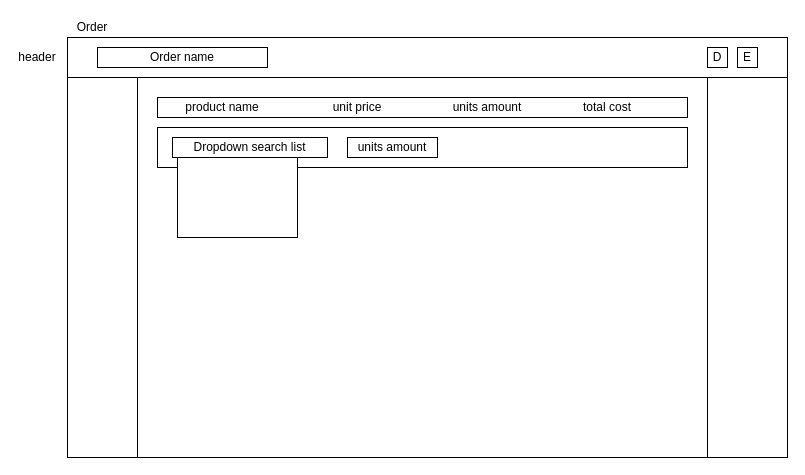
Above: CalculatorLayout.drawio in PavelMikh/GoodsCostCalculator (draw.io), before the change. Source tidied: cells renumbered, new cells numbered last; positions are measured from the earlier drawing's top-left corner, leaving out a move shared by most shapes. Both pictures are drawn from the tidied source at 100%, with x=0, y=0 at pixel (17, 17).
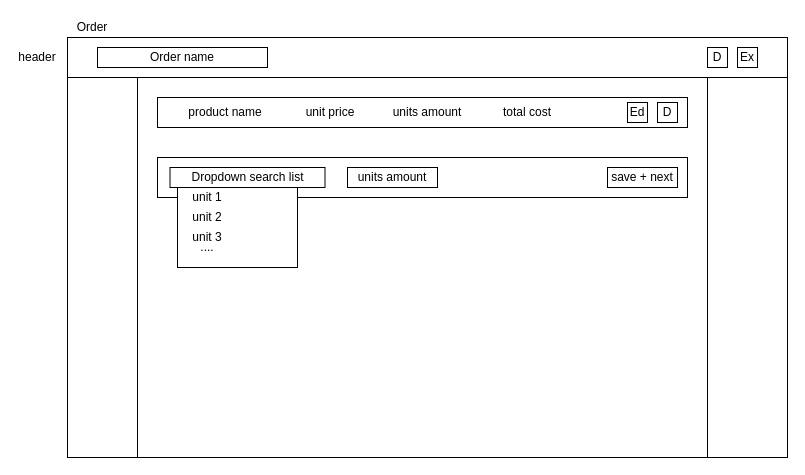
The same diagram, later.

What changed in the source:
```diff
@@
-    <mxCell id="7" value="E" style="rounded=0;whiteSpace=wrap;html=1;" parent="1" vertex="1">
+    <mxCell id="7" value="Ex" style="rounded=0;whiteSpace=wrap;html=1;" parent="1" vertex="1">
       <mxGeometry x="720" y="30" width="20" height="20" as="geometry" />
     </mxCell>
@@
     <mxCell id="10" style="rounded=0;whiteSpace=wrap;html=1;" parent="1" vertex="1">
-      <mxGeometry x="140" y="80" width="530" height="20" as="geometry" />
+      <mxGeometry x="140" y="80" width="530" height="30" as="geometry" />
     </mxCell>
     <mxCell id="11" value="product name" style="text;html=1;strokeColor=none;fillColor=none;align=center;verticalAlign=middle;whiteSpace=wrap;rounded=0;" parent="1" vertex="1">
-      <mxGeometry x="150" y="80" width="110" height="20" as="geometry" />
+      <mxGeometry x="152.5" y="85" width="110" height="20" as="geometry" />
     </mxCell>
     <mxCell id="12" value="units amount" style="text;html=1;strokeColor=none;fillColor=none;align=center;verticalAlign=middle;whiteSpace=wrap;rounded=0;" parent="1" vertex="1">
-      <mxGeometry x="420" y="80" width="100" height="20" as="geometry" />
+      <mxGeometry x="360" y="85" width="100" height="20" as="geometry" />
     </mxCell>
     <mxCell id="13" value="unit price" style="text;html=1;strokeColor=none;fillColor=none;align=center;verticalAlign=middle;whiteSpace=wrap;rounded=0;" parent="1" vertex="1">
-      <mxGeometry x="290" y="80" width="100" height="20" as="geometry" />
+      <mxGeometry x="262.5" y="85" width="100" height="20" as="geometry" />
     </mxCell>
     <mxCell id="14" value="total cost" style="text;html=1;strokeColor=none;fillColor=none;align=center;verticalAlign=middle;whiteSpace=wrap;rounded=0;" parent="1" vertex="1">
-      <mxGeometry x="540" y="80" width="100" height="20" as="geometry" />
+      <mxGeometry x="460" y="85" width="100" height="20" as="geometry" />
     </mxCell>
     <mxCell id="15" style="rounded=0;whiteSpace=wrap;html=1;" parent="1" vertex="1">
-      <mxGeometry x="140" y="110" width="530" height="40" as="geometry" />
+      <mxGeometry x="140" y="140" width="530" height="40" as="geometry" />
     </mxCell>
     <mxCell id="16" value="Dropdown search list" style="rounded=0;whiteSpace=wrap;html=1;" parent="1" vertex="1">
-      <mxGeometry x="155" y="120" width="155" height="20" as="geometry" />
+      <mxGeometry x="152.5" y="150" width="155" height="20" as="geometry" />
     </mxCell>
     <mxCell id="17" style="rounded=0;whiteSpace=wrap;html=1;" parent="1" vertex="1">
-      <mxGeometry x="160" y="140" width="120" height="80" as="geometry" />
+      <mxGeometry x="160" y="170" width="120" height="80" as="geometry" />
     </mxCell>
     <mxCell id="18" value="units amount" style="rounded=0;whiteSpace=wrap;html=1;" parent="1" vertex="1">
-      <mxGeometry x="330" y="120" width="90" height="20" as="geometry" />
+      <mxGeometry x="330" y="150" width="90" height="20" as="geometry" />
     </mxCell>
+    <mxCell id="19" value="Ed" style="whiteSpace=wrap;html=1;" parent="1" vertex="1">
+      <mxGeometry x="610" y="85" width="20" height="20" as="geometry" />
+    </mxCell>
+    <mxCell id="20" value="D" style="whiteSpace=wrap;html=1;" parent="1" vertex="1">
+      <mxGeometry x="640" y="85" width="20" height="20" as="geometry" />
+    </mxCell>
+    <mxCell id="21" value="save + next" style="rounded=0;whiteSpace=wrap;html=1;" parent="1" vertex="1">
+      <mxGeometry x="590" y="150" width="70" height="20" as="geometry" />
+    </mxCell>
+    <mxCell id="22" value="unit 1" style="text;html=1;strokeColor=none;fillColor=none;align=center;verticalAlign=middle;whiteSpace=wrap;rounded=0;" parent="1" vertex="1">
+      <mxGeometry x="170" y="170" width="40" height="20" as="geometry" />
+    </mxCell>
+    <mxCell id="23" value="unit 2" style="text;html=1;strokeColor=none;fillColor=none;align=center;verticalAlign=middle;whiteSpace=wrap;rounded=0;" parent="1" vertex="1">
+      <mxGeometry x="170" y="190" width="40" height="20" as="geometry" />
+    </mxCell>
+    <mxCell id="24" value="unit 3" style="text;html=1;strokeColor=none;fillColor=none;align=center;verticalAlign=middle;whiteSpace=wrap;rounded=0;" parent="1" vertex="1">
+      <mxGeometry x="170" y="210" width="40" height="20" as="geometry" />
+    </mxCell>
+    <mxCell id="25" value="...." style="text;html=1;strokeColor=none;fillColor=none;align=center;verticalAlign=middle;whiteSpace=wrap;rounded=0;" parent="1" vertex="1">
+      <mxGeometry x="170" y="220" width="40" height="20" as="geometry" />
+    </mxCell>
```
